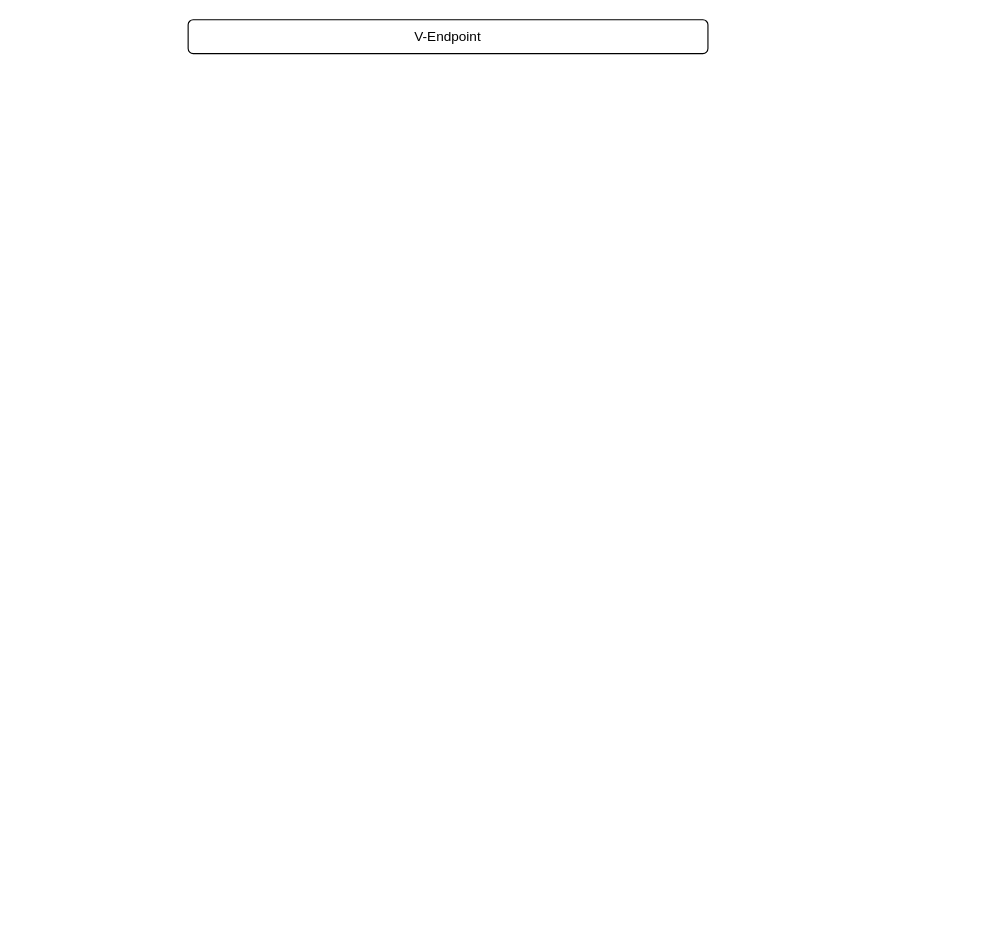
Before: Patent V-Chain flow.drawio in NTT-TNN/draw, a draw.io diagram. Source tidied: cells renumbered, new cells numbered last; positions are measured from the earlier drawing's top-left corner, leaving out a move shared by most shapes. Both pictures are drawn from the tidied source at 113%, with x=0, y=0 at pixel (188, 19).
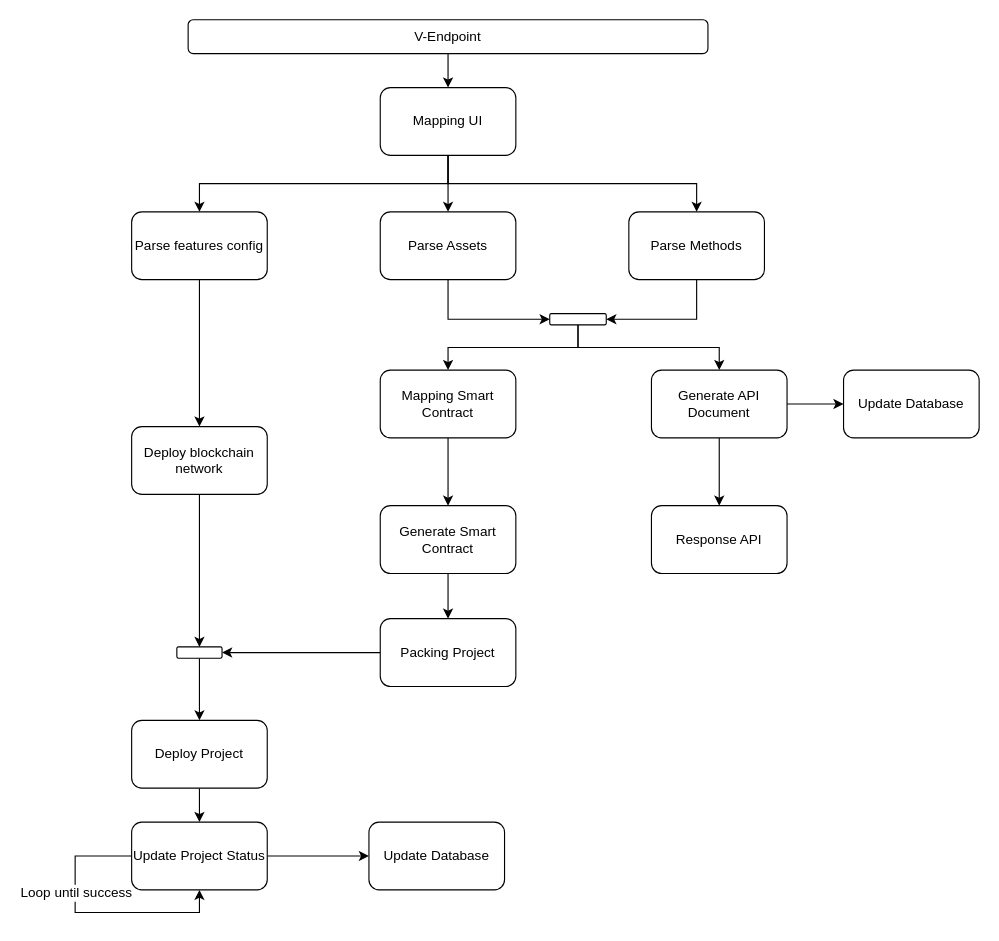
The same diagram, later.

The change refers to these unchanged cells:
```xml
<mxCell id="2" value="V-Endpoint" style="rounded=1;whiteSpace=wrap;html=1;" parent="1" vertex="1">
  <mxGeometry width="460" height="30" as="geometry" />
</mxCell>
```

The edit, as a diff of the source:
```diff
@@
+    <mxCell id="3" style="edgeStyle=orthogonalEdgeStyle;rounded=0;jettySize=auto;html=1;" parent="1" edge="1" source="2" target="7">
+      <mxGeometry relative="1" as="geometry" />
+    </mxCell>
@@
+    <mxCell id="4" style="edgeStyle=orthogonalEdgeStyle;rounded=0;jettySize=auto;html=1;exitX=0.5;exitY=1;exitDx=0;exitDy=0;entryX=0.5;entryY=0;entryDx=0;entryDy=0;" parent="1" edge="1" source="7" target="11">
+      <mxGeometry relative="1" as="geometry" />
+    </mxCell>
+    <mxCell id="5" style="edgeStyle=orthogonalEdgeStyle;rounded=0;jettySize=auto;html=1;" parent="1" edge="1" source="7" target="9">
+      <mxGeometry relative="1" as="geometry" />
+    </mxCell>
+    <mxCell id="6" style="edgeStyle=orthogonalEdgeStyle;rounded=0;jettySize=auto;html=1;exitX=0.5;exitY=1;exitDx=0;exitDy=0;entryX=0.5;entryY=0;entryDx=0;entryDy=0;" parent="1" edge="1" source="7" target="22">
+      <mxGeometry relative="1" as="geometry" />
+    </mxCell>
+    <mxCell id="7" value="Mapping UI" style="rounded=1;whiteSpace=wrap;html=1;" parent="1" vertex="1">
+      <mxGeometry x="170" y="60" width="120" height="60" as="geometry" />
+    </mxCell>
+    <mxCell id="8" style="edgeStyle=orthogonalEdgeStyle;rounded=0;jettySize=auto;html=1;exitX=0.5;exitY=1;exitDx=0;exitDy=0;entryX=0;entryY=0.5;entryDx=0;entryDy=0;" parent="1" edge="1" source="9" target="14">
+      <mxGeometry relative="1" as="geometry" />
+    </mxCell>
+    <mxCell id="9" value="Parse Assets" style="rounded=1;whiteSpace=wrap;html=1;" parent="1" vertex="1">
+      <mxGeometry x="170" y="170" width="120" height="60" as="geometry" />
+    </mxCell>
+    <mxCell id="10" style="edgeStyle=orthogonalEdgeStyle;rounded=0;jettySize=auto;html=1;entryX=1;entryY=0.5;entryDx=0;entryDy=0;" parent="1" edge="1" source="11" target="14">
+      <mxGeometry relative="1" as="geometry">
+        <Array as="points">
+          <mxPoint x="450" y="265" />
+        </Array>
+      </mxGeometry>
+    </mxCell>
+    <mxCell id="11" value="Parse Methods" style="rounded=1;whiteSpace=wrap;html=1;" parent="1" vertex="1">
+      <mxGeometry x="390" y="170" width="120" height="60" as="geometry" />
+    </mxCell>
+    <mxCell id="12" style="edgeStyle=orthogonalEdgeStyle;rounded=0;jettySize=auto;html=1;exitX=0.5;exitY=1;exitDx=0;exitDy=0;entryX=0.5;entryY=0;entryDx=0;entryDy=0;" parent="1" edge="1" source="14" target="16">
+      <mxGeometry relative="1" as="geometry">
+        <Array as="points">
+          <mxPoint x="235" y="290" />
+          <mxPoint x="90" y="290" />
+        </Array>
+      </mxGeometry>
+    </mxCell>
+    <mxCell id="13" style="edgeStyle=orthogonalEdgeStyle;rounded=0;jettySize=auto;html=1;exitX=0.5;exitY=1;exitDx=0;exitDy=0;entryX=0.5;entryY=0;entryDx=0;entryDy=0;" parent="1" edge="1" source="14" target="19">
+      <mxGeometry relative="1" as="geometry">
+        <Array as="points">
+          <mxPoint x="235" y="290" />
+          <mxPoint x="370" y="290" />
+        </Array>
+      </mxGeometry>
+    </mxCell>
+    <mxCell id="14" style="rounded=1;whiteSpace=wrap;html=1;" parent="1" vertex="1">
+      <mxGeometry x="320" y="260" width="50" height="10" as="geometry" />
+    </mxCell>
+    <mxCell id="15" style="edgeStyle=orthogonalEdgeStyle;rounded=0;jettySize=auto;html=1;exitX=0.5;exitY=1;exitDx=0;exitDy=0;entryX=0.5;entryY=0;entryDx=0;entryDy=0;" parent="1" edge="1" source="16" target="26">
+      <mxGeometry relative="1" as="geometry" />
+    </mxCell>
+    <mxCell id="16" value="Mapping Smart Contract" style="rounded=1;whiteSpace=wrap;html=1;" parent="1" vertex="1">
+      <mxGeometry x="170" y="310" width="120" height="60" as="geometry" />
+    </mxCell>
+    <mxCell id="17" style="edgeStyle=orthogonalEdgeStyle;rounded=0;jettySize=auto;html=1;exitX=0.5;exitY=1;exitDx=0;exitDy=0;entryX=0.5;entryY=0;entryDx=0;entryDy=0;" parent="1" edge="1" source="19" target="20">
+      <mxGeometry relative="1" as="geometry" />
+    </mxCell>
+    <mxCell id="18" style="edgeStyle=orthogonalEdgeStyle;rounded=0;jettySize=auto;html=1;exitX=1;exitY=0.5;exitDx=0;exitDy=0;entryX=0;entryY=0.5;entryDx=0;entryDy=0;" parent="1" edge="1" source="19" target="37">
+      <mxGeometry relative="1" as="geometry" />
+    </mxCell>
+    <mxCell id="19" value="Generate API Document" style="rounded=1;whiteSpace=wrap;html=1;" parent="1" vertex="1">
+      <mxGeometry x="410" y="310" width="120" height="60" as="geometry" />
+    </mxCell>
+    <mxCell id="20" value="Response API" style="rounded=1;whiteSpace=wrap;html=1;" parent="1" vertex="1">
+      <mxGeometry x="410" y="430" width="120" height="60" as="geometry" />
+    </mxCell>
+    <mxCell id="21" style="edgeStyle=orthogonalEdgeStyle;rounded=0;jettySize=auto;html=1;exitX=0.5;exitY=1;exitDx=0;exitDy=0;entryX=0.5;entryY=0;entryDx=0;entryDy=0;" parent="1" edge="1" source="22" target="24">
+      <mxGeometry relative="1" as="geometry" />
+    </mxCell>
+    <mxCell id="22" value="Parse features config" style="rounded=1;whiteSpace=wrap;html=1;" parent="1" vertex="1">
+      <mxGeometry x="-50" y="170" width="120" height="60" as="geometry" />
+    </mxCell>
+    <mxCell id="23" style="edgeStyle=orthogonalEdgeStyle;rounded=0;jettySize=auto;html=1;exitX=0.5;exitY=1;exitDx=0;exitDy=0;entryX=0.5;entryY=0;entryDx=0;entryDy=0;" parent="1" edge="1" source="24" target="32">
+      <mxGeometry relative="1" as="geometry" />
+    </mxCell>
+    <mxCell id="24" value="Deploy blockchain network" style="rounded=1;whiteSpace=wrap;html=1;" parent="1" vertex="1">
+      <mxGeometry x="-50" y="360" width="120" height="60" as="geometry" />
+    </mxCell>
+    <mxCell id="25" style="edgeStyle=orthogonalEdgeStyle;rounded=0;jettySize=auto;html=1;exitX=0.5;exitY=1;exitDx=0;exitDy=0;entryX=0.5;entryY=0;entryDx=0;entryDy=0;" parent="1" edge="1" source="26" target="28">
+      <mxGeometry relative="1" as="geometry" />
+    </mxCell>
+    <mxCell id="26" value="Generate Smart Contract" style="rounded=1;whiteSpace=wrap;html=1;" parent="1" vertex="1">
+      <mxGeometry x="170" y="430" width="120" height="60" as="geometry" />
+    </mxCell>
+    <mxCell id="27" style="edgeStyle=orthogonalEdgeStyle;rounded=0;jettySize=auto;html=1;entryX=1;entryY=0.5;entryDx=0;entryDy=0;" parent="1" edge="1" source="28" target="32">
+      <mxGeometry relative="1" as="geometry" />
+    </mxCell>
+    <mxCell id="28" value="Packing Project" style="rounded=1;whiteSpace=wrap;html=1;" parent="1" vertex="1">
+      <mxGeometry x="170" y="530" width="120" height="60" as="geometry" />
+    </mxCell>
+    <mxCell id="29" style="edgeStyle=orthogonalEdgeStyle;rounded=0;jettySize=auto;html=1;exitX=0.5;exitY=1;exitDx=0;exitDy=0;entryX=0.5;entryY=0;entryDx=0;entryDy=0;" parent="1" edge="1" source="30" target="36">
+      <mxGeometry relative="1" as="geometry" />
+    </mxCell>
+    <mxCell id="30" value="Deploy Project" style="rounded=1;whiteSpace=wrap;html=1;" parent="1" vertex="1">
+      <mxGeometry x="-50" y="620" width="120" height="60" as="geometry" />
+    </mxCell>
+    <mxCell id="31" style="edgeStyle=orthogonalEdgeStyle;rounded=0;jettySize=auto;html=1;exitX=0.5;exitY=1;exitDx=0;exitDy=0;" parent="1" edge="1" source="32" target="30">
+      <mxGeometry relative="1" as="geometry" />
+    </mxCell>
+    <mxCell id="32" style="rounded=1;whiteSpace=wrap;html=1;" parent="1" vertex="1">
+      <mxGeometry x="-10" y="555" width="40" height="10" as="geometry" />
+    </mxCell>
+    <mxCell id="33" style="edgeStyle=orthogonalEdgeStyle;rounded=0;orthogonalLoop=1;jettySize=auto;html=1;exitX=0;exitY=0.5;exitDx=0;exitDy=0;entryX=0.5;entryY=1;entryDx=0;entryDy=0;" parent="1" edge="1" source="36" target="36">
+      <mxGeometry relative="1" as="geometry">
+        <Array as="points">
+          <mxPoint x="-100" y="740" />
+          <mxPoint x="-100" y="790" />
+          <mxPoint x="10" y="790" />
+        </Array>
+      </mxGeometry>
+    </mxCell>
+    <mxCell id="34" value="Loop until success" style="text;html=1;align=center;verticalAlign=middle;labelBackgroundColor=#ffffff;" parent="33" vertex="1">
+      <mxGeometry x="-0.29" relative="1" as="geometry" />
+    </mxCell>
+    <mxCell id="35" style="edgeStyle=orthogonalEdgeStyle;rounded=0;jettySize=auto;html=1;exitX=1;exitY=0.5;exitDx=0;exitDy=0;entryX=0;entryY=0.5;entryDx=0;entryDy=0;" parent="1" edge="1" source="36" target="38">
+      <mxGeometry relative="1" as="geometry" />
+    </mxCell>
+    <mxCell id="36" value="Update Project Status" style="rounded=1;whiteSpace=wrap;html=1;" parent="1" vertex="1">
+      <mxGeometry x="-50" y="710" width="120" height="60" as="geometry" />
+    </mxCell>
+    <mxCell id="37" value="Update Database" style="rounded=1;whiteSpace=wrap;html=1;" parent="1" vertex="1">
+      <mxGeometry x="580" y="310" width="120" height="60" as="geometry" />
+    </mxCell>
+    <mxCell id="38" value="Update Database" style="rounded=1;whiteSpace=wrap;html=1;" parent="1" vertex="1">
+      <mxGeometry x="160" y="710" width="120" height="60" as="geometry" />
+    </mxCell>
```
